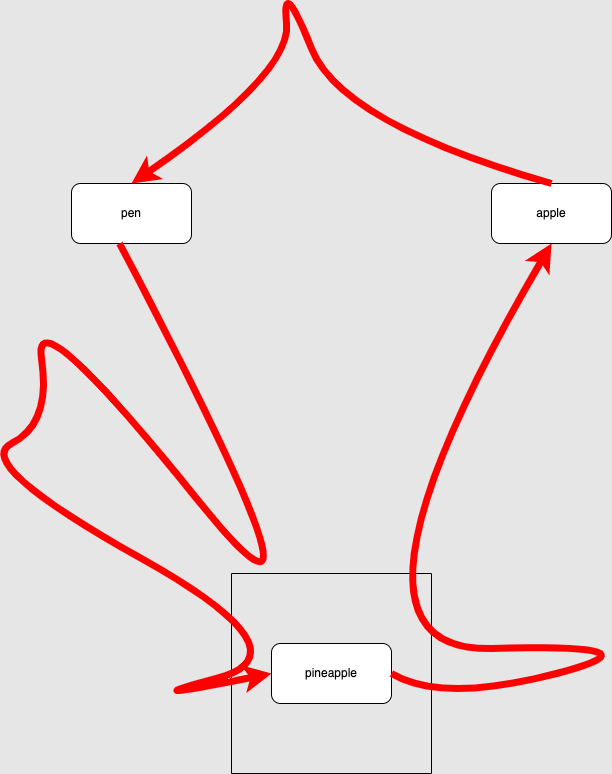
Earlier version of the draw.io export ppap.drawio.png (yoshihito-tatano/drowio-test). Source tidied: cells renumbered, new cells last; positions are measured from the earlier drawing's top-left corner, leaving out a move shared by most shapes.
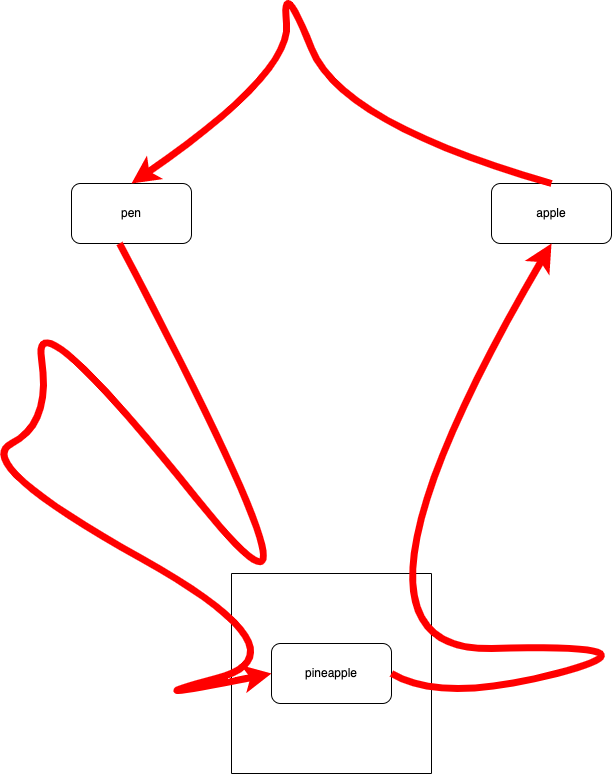
The same diagram one commit later.

Change to the diagram source:
```diff
@@ -1,4 +1,4 @@
-<mxGraphModel background="#E6E6E6">
+<mxGraphModel>
   <root>
     <mxCell id="0" />
     <mxCell id="1" parent="0" />
```
